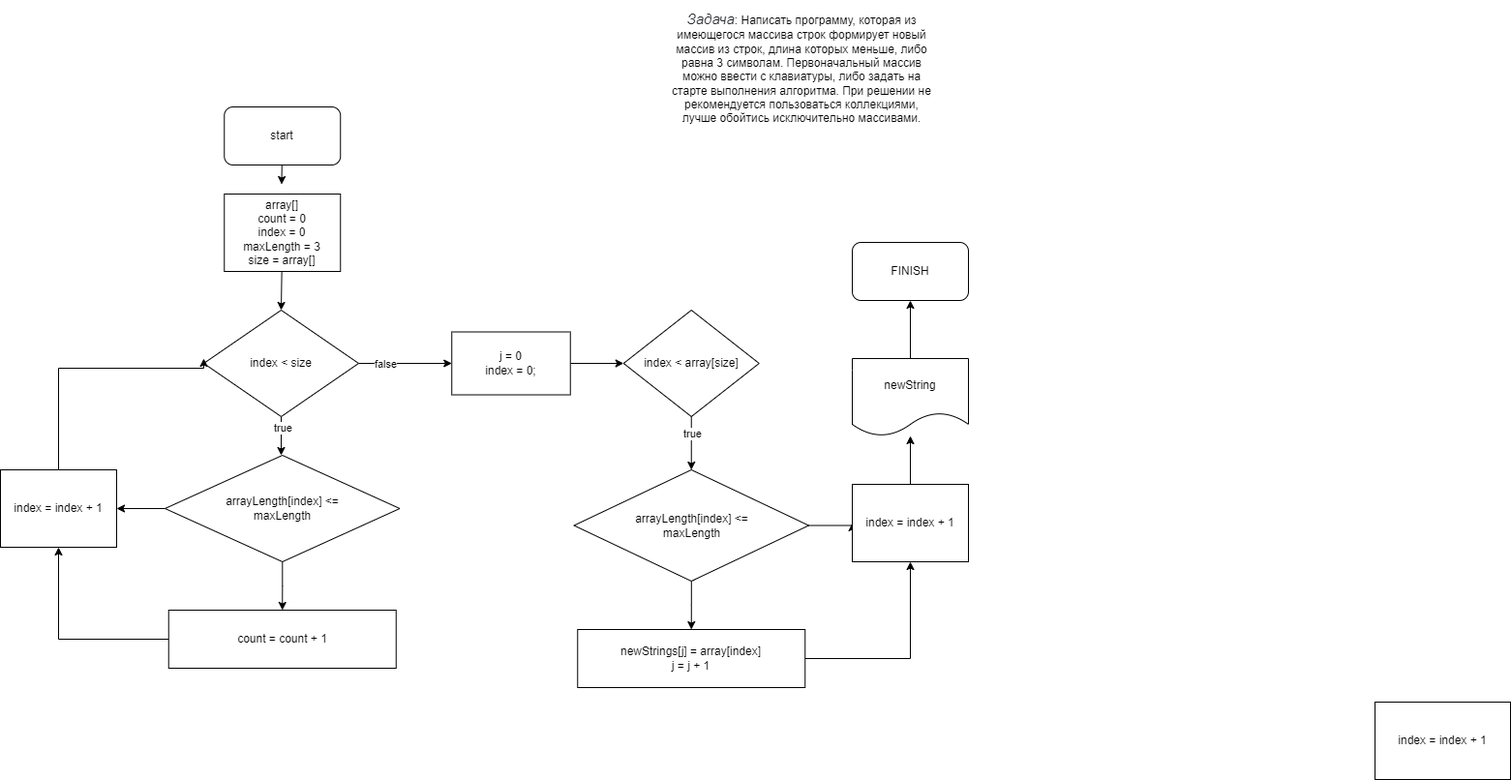
The draw.io diagram Диаграмма без названия.drawio.png in Aliana89/Control-Work, before a commit. Source tidied: cells renumbered, new cells last; positions are measured from the earlier drawing's top-left corner, leaving out a move shared by most shapes. Its diagram source:
```xml
<mxGraphModel>
  <root>
    <mxCell id="0" />
    <mxCell id="1" parent="0" />
    <mxCell id="2" style="edgeStyle=none;html=1;" parent="1" edge="1" source="3">
      <mxGeometry relative="1" as="geometry">
        <mxPoint x="290.5" y="190" as="targetPoint" />
      </mxGeometry>
    </mxCell>
    <mxCell id="3" value="start" style="rounded=1;whiteSpace=wrap;html=1;" parent="1" vertex="1">
      <mxGeometry x="231.2" y="110" width="120" height="60" as="geometry" />
    </mxCell>
    <mxCell id="4" style="edgeStyle=none;html=1;entryX=0.5;entryY=0;entryDx=0;entryDy=0;" parent="1" edge="1" source="5" target="11">
      <mxGeometry relative="1" as="geometry" />
    </mxCell>
    <mxCell id="5" value="array[]&lt;br&gt;count = 0&lt;br&gt;index = 0&lt;br&gt;maxLength = 3&lt;br&gt;size = array[]" style="rounded=0;whiteSpace=wrap;html=1;" parent="1" vertex="1">
      <mxGeometry x="231.2" y="200" width="120" height="80" as="geometry" />
    </mxCell>
    <mxCell id="6" value="FINISH" style="rounded=1;whiteSpace=wrap;html=1;" parent="1" vertex="1">
      <mxGeometry x="880" y="250" width="120" height="60" as="geometry" />
    </mxCell>
    <mxCell id="7" style="edgeStyle=none;html=1;" parent="1" edge="1" source="11">
      <mxGeometry relative="1" as="geometry">
        <mxPoint x="290" y="470" as="targetPoint" />
      </mxGeometry>
    </mxCell>
    <mxCell id="8" value="true" style="edgeLabel;html=1;align=center;verticalAlign=middle;" parent="7" vertex="1">
      <mxGeometry x="-0.45" y="1" relative="1" as="geometry" />
    </mxCell>
    <mxCell id="9" style="edgeStyle=none;html=1;" parent="1" edge="1" source="11" target="20">
      <mxGeometry relative="1" as="geometry" />
    </mxCell>
    <mxCell id="10" value="false" style="edgeLabel;html=1;align=center;verticalAlign=middle;" parent="9" vertex="1">
      <mxGeometry x="-0.6" y="3" relative="1" as="geometry">
        <mxPoint x="8" y="3" as="offset" />
      </mxGeometry>
    </mxCell>
    <mxCell id="11" value="index &amp;lt; size" style="rhombus;whiteSpace=wrap;html=1;" parent="1" vertex="1">
      <mxGeometry x="210" y="320" width="160" height="110" as="geometry" />
    </mxCell>
    <mxCell id="12" style="edgeStyle=orthogonalEdgeStyle;rounded=0;jettySize=auto;html=1;entryX=0.5;entryY=0;entryDx=0;entryDy=0;" parent="1" edge="1" source="14" target="16">
      <mxGeometry relative="1" as="geometry" />
    </mxCell>
    <mxCell id="13" style="edgeStyle=orthogonalEdgeStyle;rounded=0;jettySize=auto;html=1;" parent="1" edge="1" source="14" target="18">
      <mxGeometry relative="1" as="geometry" />
    </mxCell>
    <mxCell id="14" value="arrayLength[index] &amp;lt;=&lt;br&gt;maxLength" style="rhombus;whiteSpace=wrap;html=1;" parent="1" vertex="1">
      <mxGeometry x="170" y="470" width="242.5" height="110" as="geometry" />
    </mxCell>
    <mxCell id="15" style="edgeStyle=orthogonalEdgeStyle;rounded=0;jettySize=auto;html=1;entryX=0.5;entryY=1;entryDx=0;entryDy=0;" parent="1" edge="1" source="16" target="18">
      <mxGeometry relative="1" as="geometry" />
    </mxCell>
    <mxCell id="16" value="count = count + 1" style="rounded=0;whiteSpace=wrap;html=1;" parent="1" vertex="1">
      <mxGeometry x="173.8" y="630" width="235" height="60" as="geometry" />
    </mxCell>
    <mxCell id="17" style="edgeStyle=orthogonalEdgeStyle;rounded=0;jettySize=auto;html=1;" parent="1" edge="1" source="18">
      <mxGeometry relative="1" as="geometry">
        <mxPoint x="210" y="370" as="targetPoint" />
        <Array as="points">
          <mxPoint x="60" y="380" />
          <mxPoint x="210" y="380" />
        </Array>
      </mxGeometry>
    </mxCell>
    <mxCell id="18" value="index = index + 1" style="rounded=0;whiteSpace=wrap;html=1;" parent="1" vertex="1">
      <mxGeometry y="485" width="120" height="80" as="geometry" />
    </mxCell>
    <mxCell id="19" style="edgeStyle=none;html=1;entryX=0;entryY=0.5;entryDx=0;entryDy=0;" parent="1" edge="1" source="20" target="23">
      <mxGeometry relative="1" as="geometry" />
    </mxCell>
    <mxCell id="20" value="j = 0&lt;br&gt;index = 0;" style="rounded=0;whiteSpace=wrap;html=1;" parent="1" vertex="1">
      <mxGeometry x="466.2" y="342.5" width="122.5" height="65" as="geometry" />
    </mxCell>
    <mxCell id="21" style="edgeStyle=none;html=1;entryX=0.5;entryY=0;entryDx=0;entryDy=0;" parent="1" edge="1" source="23">
      <mxGeometry relative="1" as="geometry">
        <mxPoint x="713.8" y="485" as="targetPoint" />
      </mxGeometry>
    </mxCell>
    <mxCell id="22" value="true" style="edgeLabel;html=1;align=center;verticalAlign=middle;" parent="21" vertex="1">
      <mxGeometry x="-0.54" y="1" relative="1" as="geometry">
        <mxPoint y="4" as="offset" />
      </mxGeometry>
    </mxCell>
    <mxCell id="23" value="index &amp;lt; array[size]" style="rhombus;whiteSpace=wrap;html=1;" parent="1" vertex="1">
      <mxGeometry x="643.8" y="320" width="140" height="110" as="geometry" />
    </mxCell>
    <mxCell id="24" style="edgeStyle=none;html=1;" parent="1" edge="1">
      <mxGeometry relative="1" as="geometry">
        <mxPoint x="714.9" y="565" as="sourcePoint" />
        <mxPoint x="715.9" y="600.7" as="targetPoint" />
      </mxGeometry>
    </mxCell>
    <mxCell id="25" style="edgeStyle=orthogonalEdgeStyle;rounded=0;jettySize=auto;html=1;entryX=0.5;entryY=1;entryDx=0;entryDy=0;" parent="1" edge="1" source="26" target="32">
      <mxGeometry relative="1" as="geometry" />
    </mxCell>
    <mxCell id="26" value="newStrings[j] = array[index]&lt;br&gt;j = j + 1" style="rounded=0;whiteSpace=wrap;html=1;" parent="1" vertex="1">
      <mxGeometry x="596.2" y="650" width="235" height="60" as="geometry" />
    </mxCell>
    <mxCell id="27" value="index = index + 1" style="rounded=0;whiteSpace=wrap;html=1;" parent="1" vertex="1">
      <mxGeometry x="1420" y="725" width="140" height="80" as="geometry" />
    </mxCell>
    <mxCell id="28" style="edgeStyle=orthogonalEdgeStyle;rounded=0;jettySize=auto;html=1;" parent="1" edge="1" source="30">
      <mxGeometry relative="1" as="geometry">
        <mxPoint x="713.8" y="650" as="targetPoint" />
      </mxGeometry>
    </mxCell>
    <mxCell id="29" style="edgeStyle=orthogonalEdgeStyle;rounded=0;jettySize=auto;html=1;exitX=1;exitY=0.5;exitDx=0;exitDy=0;entryX=0;entryY=0.5;entryDx=0;entryDy=0;" parent="1" edge="1" source="30" target="32">
      <mxGeometry relative="1" as="geometry">
        <Array as="points">
          <mxPoint x="880" y="543" />
        </Array>
      </mxGeometry>
    </mxCell>
    <mxCell id="30" value="arrayLength[index] &amp;lt;=&lt;br&gt;maxLength" style="rhombus;whiteSpace=wrap;html=1;" parent="1" vertex="1">
      <mxGeometry x="592.5" y="485" width="242.5" height="115" as="geometry" />
    </mxCell>
    <mxCell id="31" style="edgeStyle=orthogonalEdgeStyle;rounded=0;jettySize=auto;html=1;" parent="1" edge="1" source="32" target="34">
      <mxGeometry relative="1" as="geometry" />
    </mxCell>
    <mxCell id="32" value="index = index + 1" style="rounded=0;whiteSpace=wrap;html=1;" parent="1" vertex="1">
      <mxGeometry x="880" y="500" width="120" height="80" as="geometry" />
    </mxCell>
    <mxCell id="33" style="edgeStyle=orthogonalEdgeStyle;rounded=0;jettySize=auto;html=1;entryX=0.5;entryY=1;entryDx=0;entryDy=0;" parent="1" edge="1" source="34" target="6">
      <mxGeometry relative="1" as="geometry" />
    </mxCell>
    <mxCell id="34" value="newString" style="shape=document;whiteSpace=wrap;html=1;boundedLbl=1;" parent="1" vertex="1">
      <mxGeometry x="880" y="370" width="120" height="80" as="geometry" />
    </mxCell>
    <mxCell id="35" value="&lt;em style=&quot;box-sizing: border-box; color: rgb(44, 45, 48); font-family: Onest, Roboto, &amp;quot;San Francisco&amp;quot;, &amp;quot;Helvetica Neue&amp;quot;, Helvetica, Arial; font-size: 15px; text-align: start; background-color: rgb(255, 255, 255);&quot;&gt;Задача&lt;/em&gt;: Написать программу, которая из имеющегося массива строк формирует новый массив из строк, длина которых меньше, либо равна 3 символам. Первоначальный массив можно ввести с клавиатуры, либо задать на старте выполнения алгоритма. При решении не рекомендуется пользоваться коллекциями, лучше обойтись исключительно массивами." style="text;html=1;strokeColor=none;fillColor=none;align=center;verticalAlign=middle;whiteSpace=wrap;rounded=0;" parent="1" vertex="1">
      <mxGeometry x="690" width="276.2" height="140" as="geometry" />
    </mxCell>
  </root>
</mxGraphModel>
```
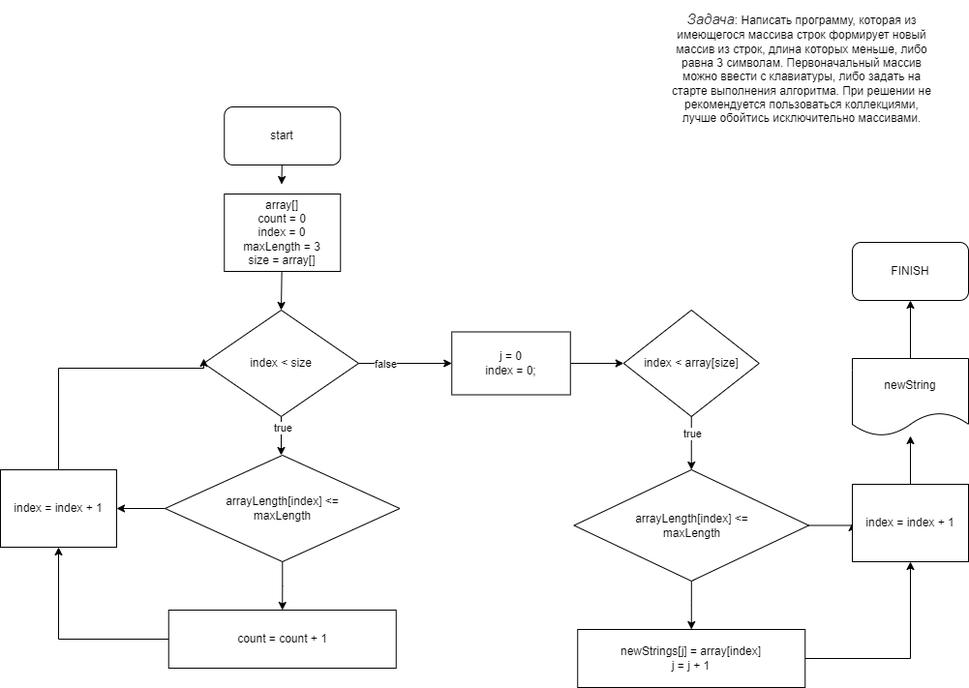
After the change.

The edit, as a diff of the source:
```diff
@@ -96,9 +96,6 @@
     <mxCell id="26" value="newStrings[j] = array[index]&lt;br&gt;j = j + 1" style="rounded=0;whiteSpace=wrap;html=1;" parent="1" vertex="1">
       <mxGeometry x="596.2" y="650" width="235" height="60" as="geometry" />
     </mxCell>
-    <mxCell id="27" value="index = index + 1" style="rounded=0;whiteSpace=wrap;html=1;" parent="1" vertex="1">
-      <mxGeometry x="1420" y="725" width="140" height="80" as="geometry" />
-    </mxCell>
     <mxCell id="28" style="edgeStyle=orthogonalEdgeStyle;rounded=0;jettySize=auto;html=1;" parent="1" edge="1" source="30">
       <mxGeometry relative="1" as="geometry">
         <mxPoint x="713.8" y="650" as="targetPoint" />
```
